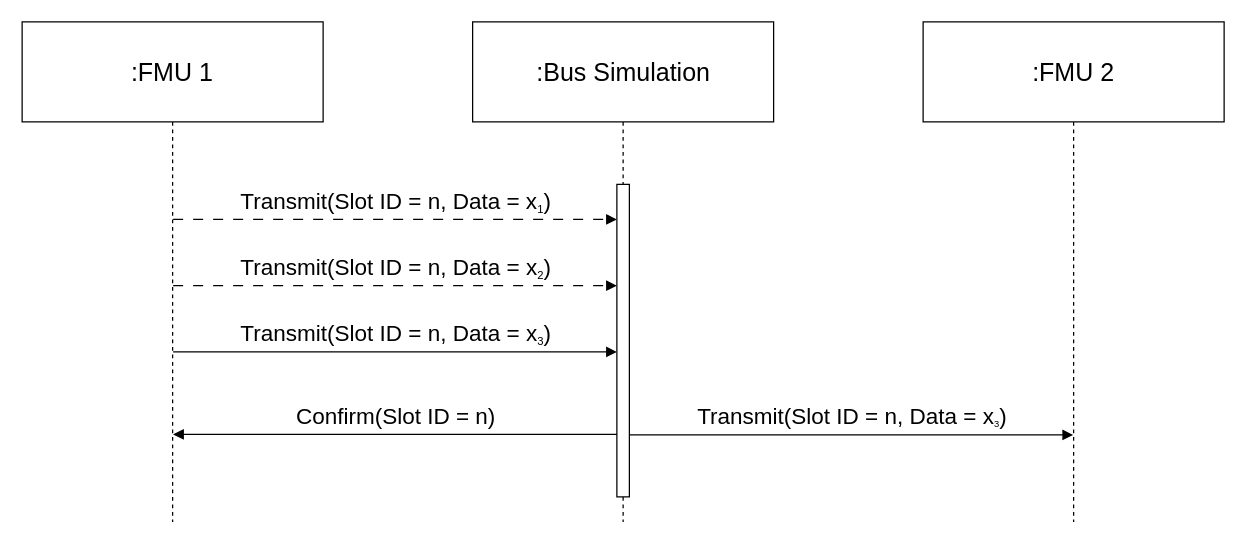
Before: docs/images/flexray_transmission_status.drawio in modelica/fmi-ls-bus, a draw.io diagram. Source tidied: cells renumbered, new cells numbered last; positions are measured from the earlier drawing's top-left corner, leaving out a move shared by most shapes. Both pictures are drawn from the tidied source at 125%, with x=0, y=0 at pixel (21, 21).
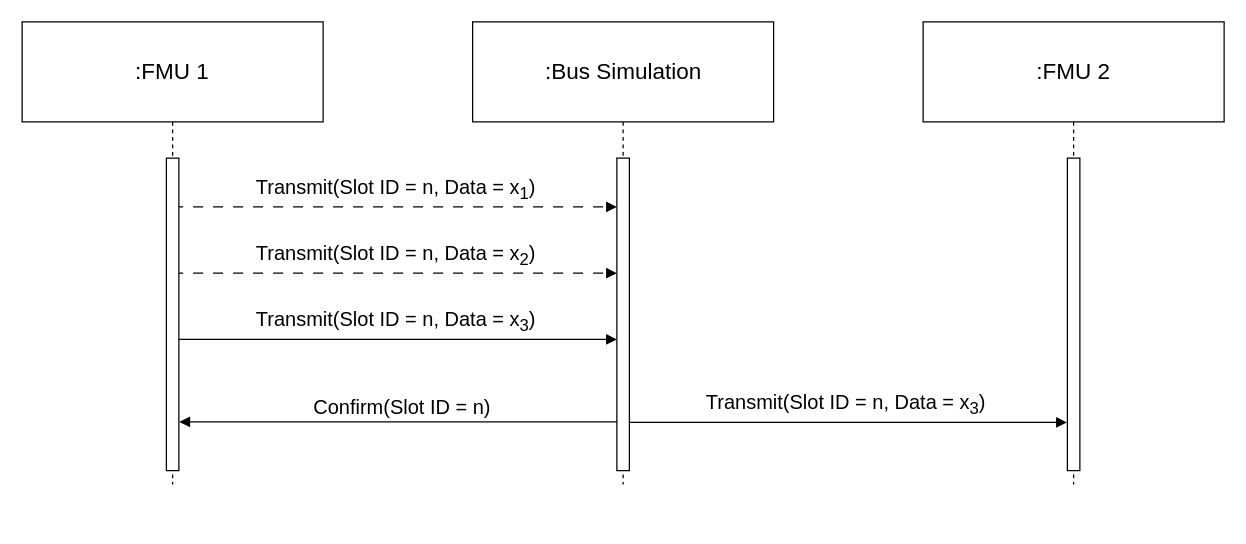
The same diagram, later.

Commit message (it also covers changes not shown here):
Fixing other FlexRay images

Change to the diagram source:
```diff
@@
 <mxGraphModel>
   <root>
     <mxCell id="0" />
     <mxCell id="1" parent="0" />
-    <mxCell id="2" value="&lt;font style=&quot;font-size: 20px;&quot;&gt;:FMU 1&lt;/font&gt;" style="shape=umlLifeline;perimeter=lifelinePerimeter;whiteSpace=wrap;html=1;newEdgeStyle={&quot;curved&quot;:0,&quot;rounded&quot;:0};size=80;" parent="1" vertex="1">
-      <mxGeometry x="0.2" width="240.8" height="400" as="geometry" />
-    </mxCell>
-    <mxCell id="3" value="&lt;font style=&quot;font-size: 20px;&quot;&gt;:FMU 2&lt;/font&gt;" style="shape=umlLifeline;perimeter=lifelinePerimeter;whiteSpace=wrap;html=1;newEdgeStyle={&quot;curved&quot;:0,&quot;rounded&quot;:0};size=80;" parent="1" vertex="1">
-      <mxGeometry x="721" width="240.8" height="400" as="geometry" />
-    </mxCell>
-    <mxCell id="4" value="&lt;font style=&quot;font-size: 20px;&quot;&gt;:Bus Simulation&lt;/font&gt;" style="shape=umlLifeline;perimeter=lifelinePerimeter;whiteSpace=wrap;html=1;newEdgeStyle={&quot;curved&quot;:0,&quot;rounded&quot;:0};size=80;" parent="1" vertex="1">
-      <mxGeometry x="360.6" width="240.8" height="400" as="geometry" />
-    </mxCell>
-    <mxCell id="5" style="html=1;perimeter=orthogonalPerimeter;targetShapes=umlLifeline;newEdgeStyle={&quot;curved&quot;:0,&quot;rounded&quot;:0};fillColor=default;" parent="4" vertex="1">
-      <mxGeometry x="115.4" y="130" width="10" height="250" as="geometry" />
-    </mxCell>
-    <mxCell id="6" value="&lt;font style=&quot;&quot;&gt;&lt;span style=&quot;font-size: 18px;&quot;&gt;Transmit(Slot ID = n, Data = x&lt;/span&gt;&lt;sub style=&quot;&quot;&gt;&lt;font style=&quot;font-size: 9px;&quot;&gt;1&lt;/font&gt;&lt;/sub&gt;&lt;span style=&quot;font-size: 18px;&quot;&gt;)&lt;/span&gt;&lt;/font&gt;" style="html=1;verticalAlign=bottom;endArrow=block;curved=0;rounded=0;dashed=1;dashPattern=8 8;" parent="1" edge="1">
+    <mxCell id="6" value="&lt;font&gt;&lt;span&gt;Transmit(Slot ID = n, Data = x&lt;/span&gt;&lt;sub&gt;&lt;font&gt;1&lt;/font&gt;&lt;/sub&gt;&lt;span&gt;)&lt;/span&gt;&lt;/font&gt;" style="html=1;verticalAlign=bottom;endArrow=block;curved=0;rounded=0;dashed=1;dashPattern=8 8;fontSize=16;" parent="1" edge="1">
       <mxGeometry relative="1" as="geometry">
-        <mxPoint x="121" y="158" as="sourcePoint" />
-        <mxPoint x="476" y="158" as="targetPoint" />
+        <mxPoint x="121" y="148" as="sourcePoint" />
+        <mxPoint x="476" y="148" as="targetPoint" />
       </mxGeometry>
     </mxCell>
-    <mxCell id="7" value="&lt;font style=&quot;font-size: 18px;&quot;&gt;Transmit&lt;/font&gt;&lt;span style=&quot;font-size: 18px;&quot;&gt;(&lt;/span&gt;&lt;span style=&quot;font-size: 18px;&quot;&gt;Slot ID = n, Data =&amp;nbsp;&lt;/span&gt;&lt;span style=&quot;font-size: 18px;&quot;&gt;x&lt;/span&gt;&lt;font style=&quot;font-size: 9px;&quot;&gt;&lt;sub&gt;3&lt;/sub&gt;&lt;/font&gt;&lt;span style=&quot;font-size: 18px;&quot;&gt;)&lt;/span&gt;" style="html=1;verticalAlign=bottom;endArrow=block;curved=0;rounded=0;" parent="1" edge="1">
+    <mxCell id="7" value="&lt;font&gt;Transmit&lt;/font&gt;&lt;span&gt;(&lt;/span&gt;&lt;span&gt;Slot ID = n, Data =&amp;nbsp;&lt;/span&gt;&lt;span&gt;x&lt;/span&gt;&lt;font&gt;&lt;sub&gt;3&lt;/sub&gt;&lt;/font&gt;&lt;span&gt;)&lt;/span&gt;" style="html=1;verticalAlign=bottom;endArrow=block;curved=0;rounded=0;fontSize=16;" parent="1" edge="1">
       <mxGeometry relative="1" as="geometry">
-        <mxPoint x="486" y="330.4" as="sourcePoint" />
-        <mxPoint x="841" y="330.4" as="targetPoint" />
+        <mxPoint x="481" y="320.4" as="sourcePoint" />
+        <mxPoint x="836" y="320.4" as="targetPoint" />
       </mxGeometry>
     </mxCell>
-    <mxCell id="8" style="ellipse;whiteSpace=wrap;html=1;align=center;fillColor=none;strokeColor=none;perimeter=centerPerimeter;" parent="1" vertex="1">
-      <mxGeometry x="541" y="223" width="10" height="10" as="geometry" />
-    </mxCell>
-    <mxCell id="9" value="&lt;font style=&quot;&quot;&gt;&lt;span style=&quot;font-size: 18px;&quot;&gt;Transmit(&lt;/span&gt;&lt;span style=&quot;font-size: 18px;&quot;&gt;Slot ID = n, Data =&amp;nbsp;&lt;/span&gt;&lt;span style=&quot;font-size: 18px;&quot;&gt;x&lt;/span&gt;&lt;sub style=&quot;&quot;&gt;&lt;font style=&quot;font-size: 9px;&quot;&gt;2&lt;/font&gt;&lt;/sub&gt;&lt;span style=&quot;font-size: 18px;&quot;&gt;)&lt;/span&gt;&lt;/font&gt;" style="html=1;verticalAlign=bottom;endArrow=block;curved=0;rounded=0;dashed=1;dashPattern=8 8;" parent="1" edge="1">
+    <mxCell id="9" value="&lt;font&gt;&lt;span&gt;Transmit(&lt;/span&gt;&lt;span&gt;Slot ID = n, Data =&amp;nbsp;&lt;/span&gt;&lt;span&gt;x&lt;/span&gt;&lt;sub&gt;&lt;font&gt;2&lt;/font&gt;&lt;/sub&gt;&lt;span&gt;)&lt;/span&gt;&lt;/font&gt;" style="html=1;verticalAlign=bottom;endArrow=block;curved=0;rounded=0;dashed=1;dashPattern=8 8;fontSize=16;" parent="1" edge="1">
       <mxGeometry relative="1" as="geometry">
-        <mxPoint x="121" y="211" as="sourcePoint" />
-        <mxPoint x="476" y="211" as="targetPoint" />
+        <mxPoint x="121" y="201" as="sourcePoint" />
+        <mxPoint x="476" y="201" as="targetPoint" />
       </mxGeometry>
     </mxCell>
-    <mxCell id="10" value="&lt;font style=&quot;&quot;&gt;&lt;span style=&quot;font-size: 18px;&quot;&gt;Transmit(&lt;/span&gt;&lt;span style=&quot;font-size: 18px;&quot;&gt;Slot ID = n, Data =&amp;nbsp;&lt;/span&gt;&lt;span style=&quot;font-size: 18px;&quot;&gt;x&lt;/span&gt;&lt;sub style=&quot;&quot;&gt;&lt;font style=&quot;font-size: 9px;&quot;&gt;3&lt;/font&gt;&lt;/sub&gt;&lt;span style=&quot;font-size: 18px;&quot;&gt;)&lt;/span&gt;&lt;/font&gt;" style="html=1;verticalAlign=bottom;endArrow=block;curved=0;rounded=0;" parent="1" edge="1">
+    <mxCell id="10" value="&lt;font&gt;&lt;span&gt;Transmit(&lt;/span&gt;&lt;span&gt;Slot ID = n, Data =&amp;nbsp;&lt;/span&gt;&lt;span&gt;x&lt;/span&gt;&lt;sub&gt;&lt;font&gt;3&lt;/font&gt;&lt;/sub&gt;&lt;span&gt;)&lt;/span&gt;&lt;/font&gt;" style="html=1;verticalAlign=bottom;endArrow=block;curved=0;rounded=0;fontSize=16;" parent="1" edge="1">
       <mxGeometry relative="1" as="geometry">
-        <mxPoint x="121" y="264" as="sourcePoint" />
-        <mxPoint x="476" y="264" as="targetPoint" />
+        <mxPoint x="121" y="254" as="sourcePoint" />
+        <mxPoint x="476" y="254" as="targetPoint" />
       </mxGeometry>
     </mxCell>
-    <mxCell id="11" value="&lt;span style=&quot;font-size: 18px;&quot;&gt;Confirm&lt;/span&gt;&lt;span style=&quot;font-size: 18px;&quot;&gt;(&lt;/span&gt;&lt;span style=&quot;font-size: 18px;&quot;&gt;Slot ID = n&lt;/span&gt;&lt;span style=&quot;font-size: 18px;&quot;&gt;)&lt;/span&gt;" style="html=1;verticalAlign=bottom;endArrow=none;curved=0;rounded=0;startArrow=block;startFill=1;endFill=0;" parent="1" edge="1">
+    <mxCell id="11" value="&lt;span&gt;Confirm&lt;/span&gt;&lt;span&gt;(&lt;/span&gt;&lt;span&gt;Slot ID = n&lt;/span&gt;&lt;span&gt;)&lt;/span&gt;" style="html=1;verticalAlign=bottom;endArrow=none;curved=0;rounded=0;startArrow=block;startFill=1;endFill=0;fontSize=16;" parent="1" edge="1">
       <mxGeometry relative="1" as="geometry">
-        <mxPoint x="121" y="330" as="sourcePoint" />
-        <mxPoint x="476" y="330" as="targetPoint" />
+        <mxPoint x="126" y="320" as="sourcePoint" />
+        <mxPoint x="481" y="320" as="targetPoint" />
       </mxGeometry>
     </mxCell>
+    <mxCell id="2" value="&lt;font&gt;:FMU 1&lt;/font&gt;" style="shape=umlLifeline;perimeter=lifelinePerimeter;whiteSpace=wrap;html=1;newEdgeStyle={&quot;curved&quot;:0,&quot;rounded&quot;:0};size=80;fontSize=18;" parent="1" vertex="1">
+      <mxGeometry x="0.2" width="240.8" height="370" as="geometry" />
+    </mxCell>
+    <mxCell id="12" style="html=1;perimeter=orthogonalPerimeter;targetShapes=umlLifeline;newEdgeStyle={&quot;curved&quot;:0,&quot;rounded&quot;:0};fillColor=default;" parent="2" vertex="1">
+      <mxGeometry x="115.4" y="109" width="10" height="250" as="geometry" />
+    </mxCell>
+    <mxCell id="3" value="&lt;font&gt;:FMU 2&lt;/font&gt;" style="shape=umlLifeline;perimeter=lifelinePerimeter;whiteSpace=wrap;html=1;newEdgeStyle={&quot;curved&quot;:0,&quot;rounded&quot;:0};size=80;fontSize=18;" parent="1" vertex="1">
+      <mxGeometry x="721" width="240.8" height="370" as="geometry" />
+    </mxCell>
+    <mxCell id="13" style="html=1;perimeter=orthogonalPerimeter;targetShapes=umlLifeline;newEdgeStyle={&quot;curved&quot;:0,&quot;rounded&quot;:0};fillColor=default;" parent="3" vertex="1">
+      <mxGeometry x="115.4" y="109" width="10" height="250" as="geometry" />
+    </mxCell>
+    <mxCell id="4" value="&lt;font&gt;:Bus Simulation&lt;/font&gt;" style="shape=umlLifeline;perimeter=lifelinePerimeter;whiteSpace=wrap;html=1;newEdgeStyle={&quot;curved&quot;:0,&quot;rounded&quot;:0};size=80;fontSize=18;" parent="1" vertex="1">
+      <mxGeometry x="360.6" width="240.8" height="370" as="geometry" />
+    </mxCell>
+    <mxCell id="5" style="html=1;perimeter=orthogonalPerimeter;targetShapes=umlLifeline;newEdgeStyle={&quot;curved&quot;:0,&quot;rounded&quot;:0};fillColor=default;" parent="4" vertex="1">
+      <mxGeometry x="115.4" y="109" width="10" height="250" as="geometry" />
+    </mxCell>
+    <mxCell id="8" style="ellipse;whiteSpace=wrap;html=1;align=center;fillColor=none;strokeColor=none;perimeter=centerPerimeter;" parent="1" vertex="1">
+      <mxGeometry x="541" y="202" width="10" height="10" as="geometry" />
+    </mxCell>
   </root>
 </mxGraphModel>
```
